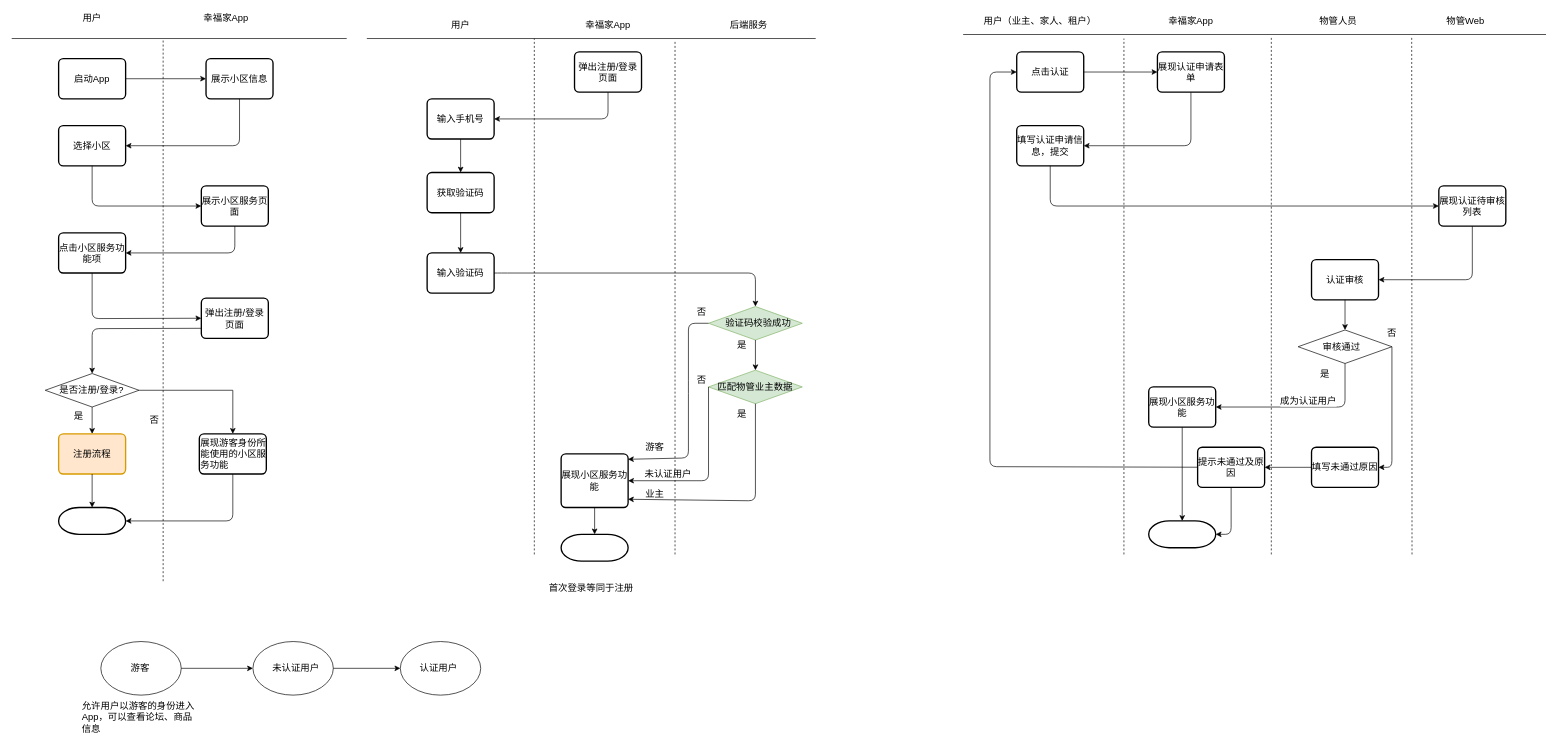
The draw.io diagram page "Page-5" (5 of 5) of Untitled Diagram.drawio in jeffmacn/myjava, before the edit. Source tidied: cells renumbered, new cells numbered last; positions are measured from the earlier drawing's top-left corner, leaving out a move shared by most shapes. Both pictures are drawn from the tidied source at 67%, with x=0, y=0 at pixel (11, 11).
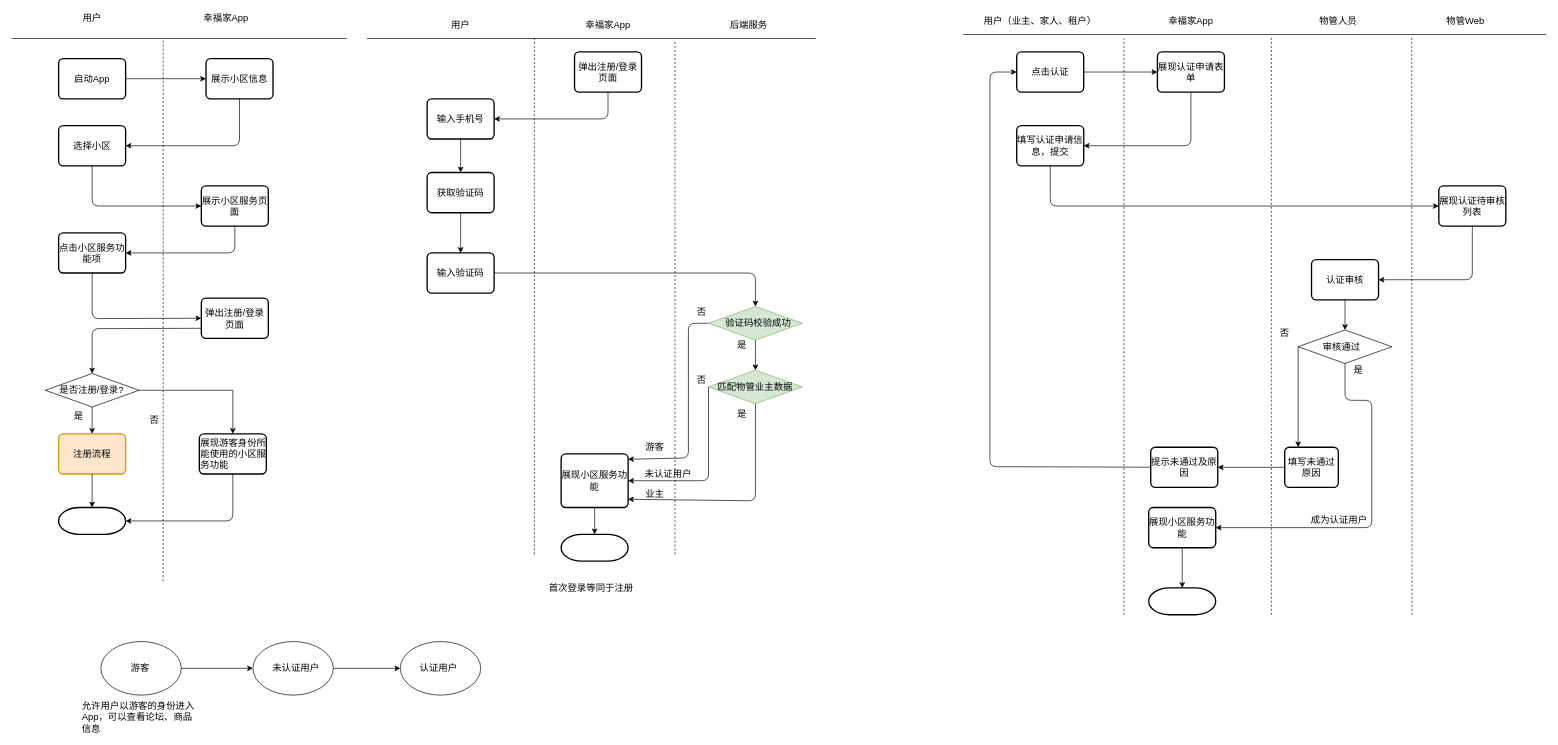
Above is the later version.

Unchanged cells that the change refers to:
```xml
<mxCell id="69" value="&amp;nbsp; &amp;nbsp; &amp;nbsp; &amp;nbsp; &amp;nbsp;审核通过" style="rhombus;whiteSpace=wrap;html=1;fontSize=14;align=left;" parent="1" vertex="1">
  <mxGeometry x="1920" y="475" width="140" height="50" as="geometry" />
</mxCell>
```

The edit, as a diff of the source:
```diff
@@
-    <mxCell id="71" style="endArrow=classic;html=1;fontSize=14;exitX=0.5;exitY=1;exitDx=0;exitDy=0;entryX=1;entryY=0.5;entryDx=0;entryDy=0;" parent="1" edge="1" source="69" target="73">
+    <mxCell id="71" style="endArrow=classic;html=1;fontSize=14;entryX=1;entryY=0.5;entryDx=0;entryDy=0;exitX=0.5;exitY=1;exitDx=0;exitDy=0;" parent="1" edge="1" source="69" target="73">
       <mxGeometry relative="1" as="geometry">
         <Array as="points">
-          <mxPoint x="1990" y="590" />
+          <mxPoint x="1990" y="580" />
+          <mxPoint x="2030" y="580" />
+          <mxPoint x="2030" y="770" />
         </Array>
       </mxGeometry>
     </mxCell>
     <mxCell id="72" value="&lt;span&gt;成为认证用户&lt;/span&gt;" style="text;html=1;align=center;verticalAlign=middle;labelBackgroundColor=#ffffff;fontSize=14;" parent="71" vertex="1">
       <mxGeometry x="-0.4" y="-4" relative="1" as="geometry">
-        <mxPoint x="-44" y="-6" as="offset" />
+        <mxPoint x="-46" y="118" as="offset" />
       </mxGeometry>
     </mxCell>
     <mxCell id="73" value="展现小区服务功能" style="rounded=1;whiteSpace=wrap;html=1;absoluteArcSize=1;arcSize=14;strokeWidth=2;fontSize=14;" parent="1" vertex="1">
-      <mxGeometry x="1697" y="560" width="100" height="60" as="geometry" />
+      <mxGeometry x="1697" y="740" width="100" height="60" as="geometry" />
     </mxCell>
     <mxCell id="74" style="strokeWidth=2;html=1;shape=mxgraph.flowchart.terminator;whiteSpace=wrap;fontSize=14;align=left;" parent="1" vertex="1">
-      <mxGeometry x="1697" y="760" width="100" height="40" as="geometry" />
+      <mxGeometry x="1697" y="860" width="100" height="40" as="geometry" />
     </mxCell>
@@
     <mxCell id="80" style="endArrow=none;dashed=1;html=1;fontSize=14;" parent="1" edge="1">
       <mxGeometry relative="1" as="geometry">
-        <mxPoint x="1660" y="810" as="sourcePoint" />
+        <mxPoint x="1660" y="900" as="sourcePoint" />
         <mxPoint x="1660" y="40" as="targetPoint" />
       </mxGeometry>
     </mxCell>
@@
     <mxCell id="84" style="endArrow=none;dashed=1;html=1;fontSize=14;" parent="1" edge="1">
       <mxGeometry relative="1" as="geometry">
-        <mxPoint x="1880" y="810" as="sourcePoint" />
+        <mxPoint x="1880" y="900" as="sourcePoint" />
         <mxPoint x="1880" y="39" as="targetPoint" />
       </mxGeometry>
     </mxCell>
@@
     <mxCell id="86" style="endArrow=none;dashed=1;html=1;fontSize=14;" parent="1" edge="1">
       <mxGeometry relative="1" as="geometry">
-        <mxPoint x="2090" y="810" as="sourcePoint" />
+        <mxPoint x="2090" y="900" as="sourcePoint" />
         <mxPoint x="2089.5" y="39" as="targetPoint" />
       </mxGeometry>
     </mxCell>
@@
     <mxCell id="89" value="是" style="text;html=1;strokeColor=none;fillColor=none;align=center;verticalAlign=middle;whiteSpace=wrap;rounded=0;fontSize=14;" parent="1" vertex="1">
-      <mxGeometry x="1940" y="530" width="40" height="20" as="geometry" />
+      <mxGeometry x="1990" y="525" width="40" height="20" as="geometry" />
     </mxCell>
     <mxCell id="90" value="否" style="text;html=1;strokeColor=none;fillColor=none;align=center;verticalAlign=middle;whiteSpace=wrap;rounded=0;fontSize=14;" parent="1" vertex="1">
-      <mxGeometry x="2040" y="470" width="40" height="20" as="geometry" />
+      <mxGeometry x="1880" y="470" width="40" height="20" as="geometry" />
     </mxCell>
-    <mxCell id="91" style="endArrow=classic;html=1;fontSize=14;exitX=1;exitY=0.5;exitDx=0;exitDy=0;entryX=1;entryY=0.5;entryDx=0;entryDy=0;" parent="1" edge="1" source="69" target="92">
-      <mxGeometry relative="1" as="geometry">
-        <Array as="points">
-          <mxPoint x="2060" y="680" />
-        </Array>
-      </mxGeometry>
-    </mxCell>
     <mxCell id="92" value="填写未通过原因" style="rounded=1;whiteSpace=wrap;html=1;absoluteArcSize=1;arcSize=14;strokeWidth=2;fontSize=14;" parent="1" vertex="1">
-      <mxGeometry x="1940" y="650" width="100" height="60" as="geometry" />
+      <mxGeometry x="1900" y="650" width="80" height="60" as="geometry" />
     </mxCell>
     <mxCell id="93" value="提示未通过及原因" style="rounded=1;whiteSpace=wrap;html=1;absoluteArcSize=1;arcSize=14;strokeWidth=2;fontSize=14;" parent="1" vertex="1">
-      <mxGeometry x="1770" y="650" width="100" height="60" as="geometry" />
+      <mxGeometry x="1700" y="650" width="100" height="60" as="geometry" />
     </mxCell>
-    <mxCell id="94" style="endArrow=classic;html=1;fontSize=14;exitX=0;exitY=0.5;exitDx=0;exitDy=0;" parent="1" edge="1" source="92">
-      <mxGeometry relative="1" as="geometry">
-        <mxPoint x="1870" y="680" as="targetPoint" />
-      </mxGeometry>
+    <mxCell id="94" style="endArrow=classic;html=1;fontSize=14;exitX=0;exitY=0.5;exitDx=0;exitDy=0;entryX=1;entryY=0.5;entryDx=0;entryDy=0;" parent="1" edge="1" source="92" target="93">
+      <mxGeometry relative="1" as="geometry" />
     </mxCell>
-    <mxCell id="95" style="endArrow=classic;html=1;fontSize=14;entryX=1;entryY=0.5;entryDx=0;entryDy=0;entryPerimeter=0;exitX=0.5;exitY=1;exitDx=0;exitDy=0;" parent="1" edge="1" source="93" target="74">
-      <mxGeometry relative="1" as="geometry">
-        <Array as="points">
-          <mxPoint x="1820" y="780" />
-        </Array>
-      </mxGeometry>
-    </mxCell>
@@
+    <mxCell id="97" style="endArrow=classic;html=1;fontSize=14;exitX=0;exitY=0.5;exitDx=0;exitDy=0;" parent="1" edge="1" source="69">
+      <mxGeometry relative="1" as="geometry">
+        <mxPoint x="1920" y="650" as="targetPoint" />
+      </mxGeometry>
+    </mxCell>
```
